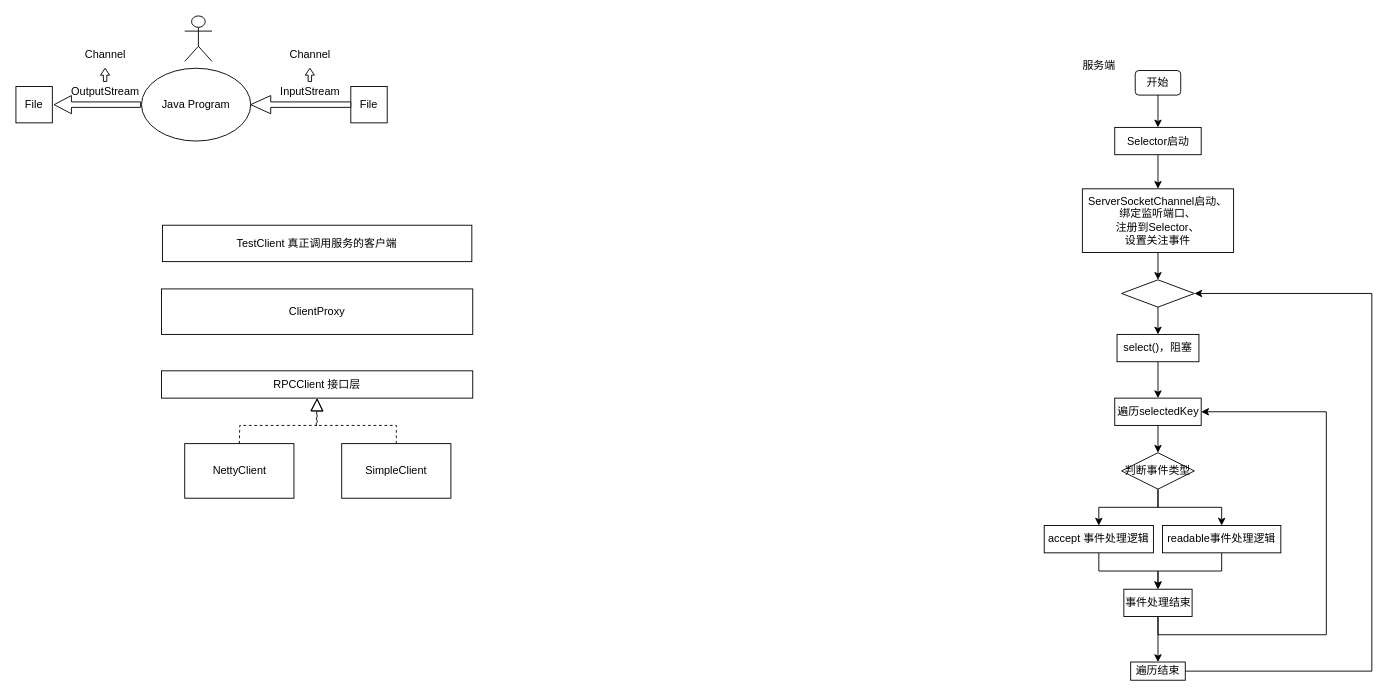
The draw.io diagram Netty/javaNetty.drawio in JongEEE/myDraws, before the edit. Source tidied: cells renumbered, new cells numbered last; positions are measured from the earlier drawing's top-left corner, leaving out a move shared by most shapes. Both pictures are drawn from the tidied source at 91%, with x=0, y=0 at pixel (15, 15).
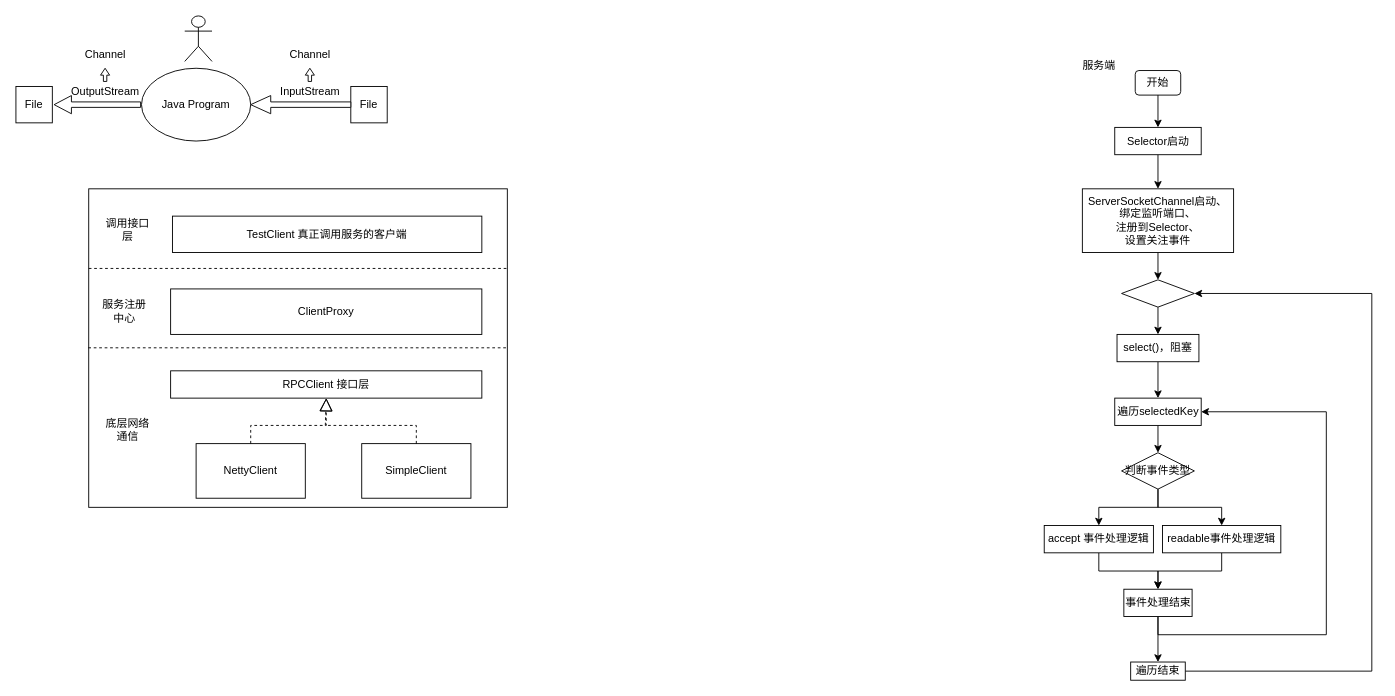
After the change.

The edit, as a diff of the source:
```diff
@@
+    <mxCell id="47" style="group;" parent="1" vertex="1">
+      <mxGeometry x="79.5" y="190" width="460.5" height="350" as="geometry" />
+    </mxCell>
+    <mxCell id="48" style="rounded=0;whiteSpace=wrap;html=1;" parent="47" vertex="1">
+      <mxGeometry x="0.5" width="460" height="350" as="geometry" />
+    </mxCell>
-    <mxCell id="40" value="RPCClient 接口层" style="rounded=0;whiteSpace=wrap;html=1;" parent="1" vertex="1">
-      <mxGeometry x="160" y="390" width="342" height="30" as="geometry" />
+    <mxCell id="40" value="RPCClient 接口层" style="rounded=0;whiteSpace=wrap;html=1;" parent="47" vertex="1">
+      <mxGeometry x="90.5" y="200" width="342" height="30" as="geometry" />
     </mxCell>
-    <mxCell id="41" value="ClientProxy" style="rounded=0;whiteSpace=wrap;html=1;" parent="1" vertex="1">
-      <mxGeometry x="160" y="300" width="342" height="50" as="geometry" />
+    <mxCell id="41" value="ClientProxy" style="rounded=0;whiteSpace=wrap;html=1;" parent="47" vertex="1">
+      <mxGeometry x="90.5" y="110" width="342" height="50" as="geometry" />
     </mxCell>
-    <mxCell id="42" value="NettyClient" style="rounded=0;whiteSpace=wrap;html=1;" parent="1" vertex="1">
-      <mxGeometry x="185.5" y="470" width="120" height="60" as="geometry" />
+    <mxCell id="42" value="NettyClient" style="rounded=0;whiteSpace=wrap;html=1;" parent="47" vertex="1">
+      <mxGeometry x="118.5" y="280" width="120" height="60" as="geometry" />
     </mxCell>
-    <mxCell id="43" value="SimpleClient" style="rounded=0;whiteSpace=wrap;html=1;" parent="1" vertex="1">
-      <mxGeometry x="358" y="470" width="120" height="60" as="geometry" />
+    <mxCell id="43" value="SimpleClient" style="rounded=0;whiteSpace=wrap;html=1;" parent="47" vertex="1">
+      <mxGeometry x="300.5" y="280" width="120" height="60" as="geometry" />
     </mxCell>
-    <mxCell id="44" value="TestClient 真正调用服务的客户端" style="rounded=0;whiteSpace=wrap;html=1;" parent="1" vertex="1">
-      <mxGeometry x="161" y="230" width="340" height="40" as="geometry" />
+    <mxCell id="44" value="TestClient 真正调用服务的客户端" style="rounded=0;whiteSpace=wrap;html=1;" parent="47" vertex="1">
+      <mxGeometry x="92.5" y="30" width="340" height="40" as="geometry" />
     </mxCell>
-    <mxCell id="45" style="endArrow=block;dashed=1;endFill=0;endSize=12;html=1;rounded=0;exitX=0.5;exitY=0;exitDx=0;exitDy=0;entryX=0.5;entryY=1;entryDx=0;entryDy=0;" parent="1" edge="1" source="42" target="40">
+    <mxCell id="45" style="endArrow=block;dashed=1;endFill=0;endSize=12;html=1;rounded=0;exitX=0.5;exitY=0;exitDx=0;exitDy=0;entryX=0.5;entryY=1;entryDx=0;entryDy=0;" parent="47" edge="1" source="42" target="40">
       <mxGeometry relative="1" as="geometry">
         <Array as="points">
-          <mxPoint x="246" y="450" />
-          <mxPoint x="290" y="450" />
-          <mxPoint x="331" y="450" />
+          <mxPoint x="178.5" y="260" />
+          <mxPoint x="210.5" y="260" />
+          <mxPoint x="261.5" y="260" />
         </Array>
       </mxGeometry>
     </mxCell>
-    <mxCell id="46" style="endArrow=block;dashed=1;endFill=0;endSize=12;html=1;rounded=0;exitX=0.5;exitY=0;exitDx=0;exitDy=0;entryX=0.5;entryY=1;entryDx=0;entryDy=0;" parent="1" edge="1" source="43" target="40">
+    <mxCell id="46" style="endArrow=block;dashed=1;endFill=0;endSize=12;html=1;rounded=0;exitX=0.5;exitY=0;exitDx=0;exitDy=0;entryX=0.5;entryY=1;entryDx=0;entryDy=0;" parent="47" edge="1" source="43" target="40">
       <mxGeometry relative="1" as="geometry">
         <Array as="points">
-          <mxPoint x="418" y="450" />
-          <mxPoint x="330" y="450" />
+          <mxPoint x="360.5" y="260" />
+          <mxPoint x="260.5" y="260" />
         </Array>
       </mxGeometry>
     </mxCell>
+    <mxCell id="49" style="endArrow=none;dashed=1;html=1;rounded=0;exitX=0;exitY=0.25;exitDx=0;exitDy=0;entryX=1;entryY=0.25;entryDx=0;entryDy=0;" parent="47" edge="1" source="48" target="48">
+      <mxGeometry relative="1" as="geometry" />
+    </mxCell>
+    <mxCell id="50" style="endArrow=none;dashed=1;html=1;rounded=0;exitX=0;exitY=0.25;exitDx=0;exitDy=0;entryX=1;entryY=0.25;entryDx=0;entryDy=0;" parent="47" edge="1">
+      <mxGeometry relative="1" as="geometry">
+        <mxPoint y="174.7" as="sourcePoint" />
+        <mxPoint x="460" y="174.7" as="targetPoint" />
+      </mxGeometry>
+    </mxCell>
+    <mxCell id="51" value="服务注册中心" style="text;html=1;align=center;verticalAlign=middle;whiteSpace=wrap;rounded=0;" parent="47" vertex="1">
+      <mxGeometry x="11.5" y="125" width="57" height="20" as="geometry" />
+    </mxCell>
+    <mxCell id="52" value="底层网络通信" style="text;html=1;align=center;verticalAlign=middle;whiteSpace=wrap;rounded=0;" parent="47" vertex="1">
+      <mxGeometry x="13.5" y="250" width="60" height="30" as="geometry" />
+    </mxCell>
+    <mxCell id="53" value="调用接口层" style="text;html=1;align=center;verticalAlign=middle;whiteSpace=wrap;rounded=0;" parent="47" vertex="1">
+      <mxGeometry x="13.5" y="30" width="60" height="30" as="geometry" />
+    </mxCell>
```
